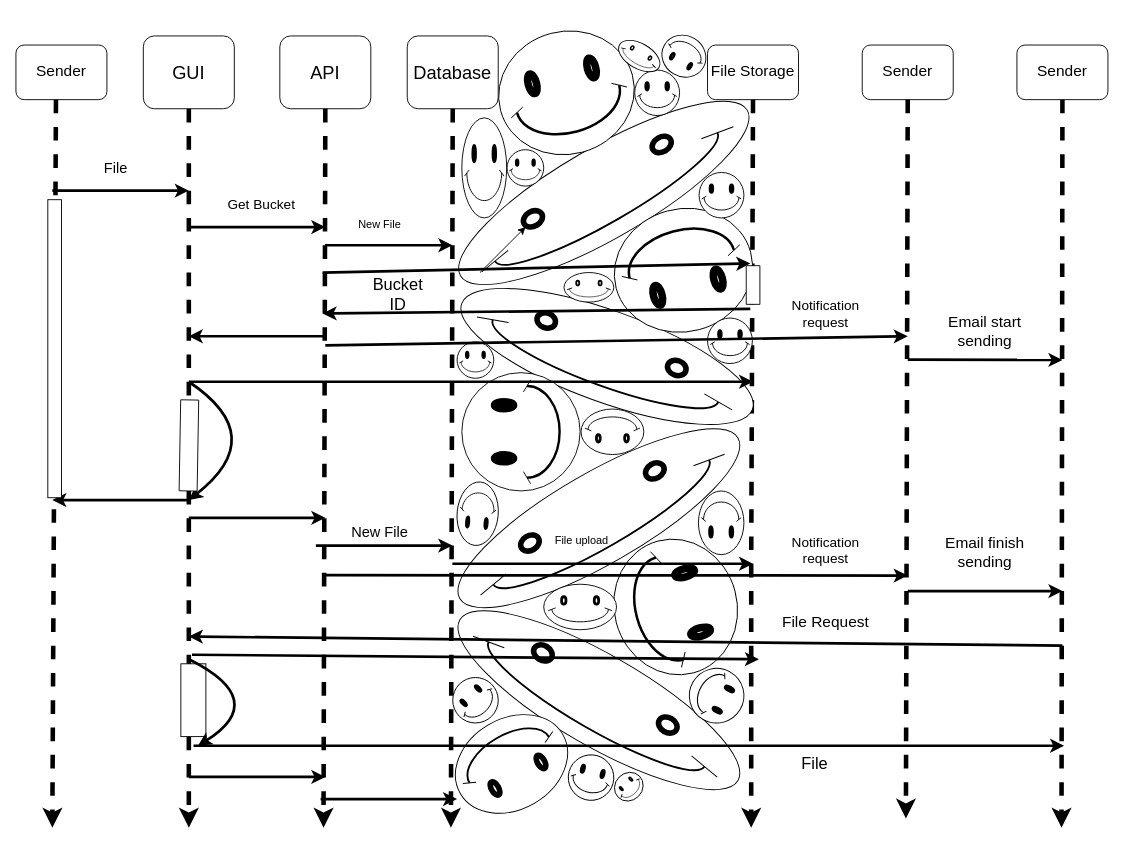
Before: file_exchanger/docs/sequence.drawio in gorohovIlya/test-git-gorohov, a draw.io diagram. Source tidied: cells renumbered, new cells numbered last; positions are measured from the earlier drawing's top-left corner, leaving out a move shared by most shapes. Both pictures are drawn from the tidied source at 91%, with x=0, y=0 at pixel (-95, 31).
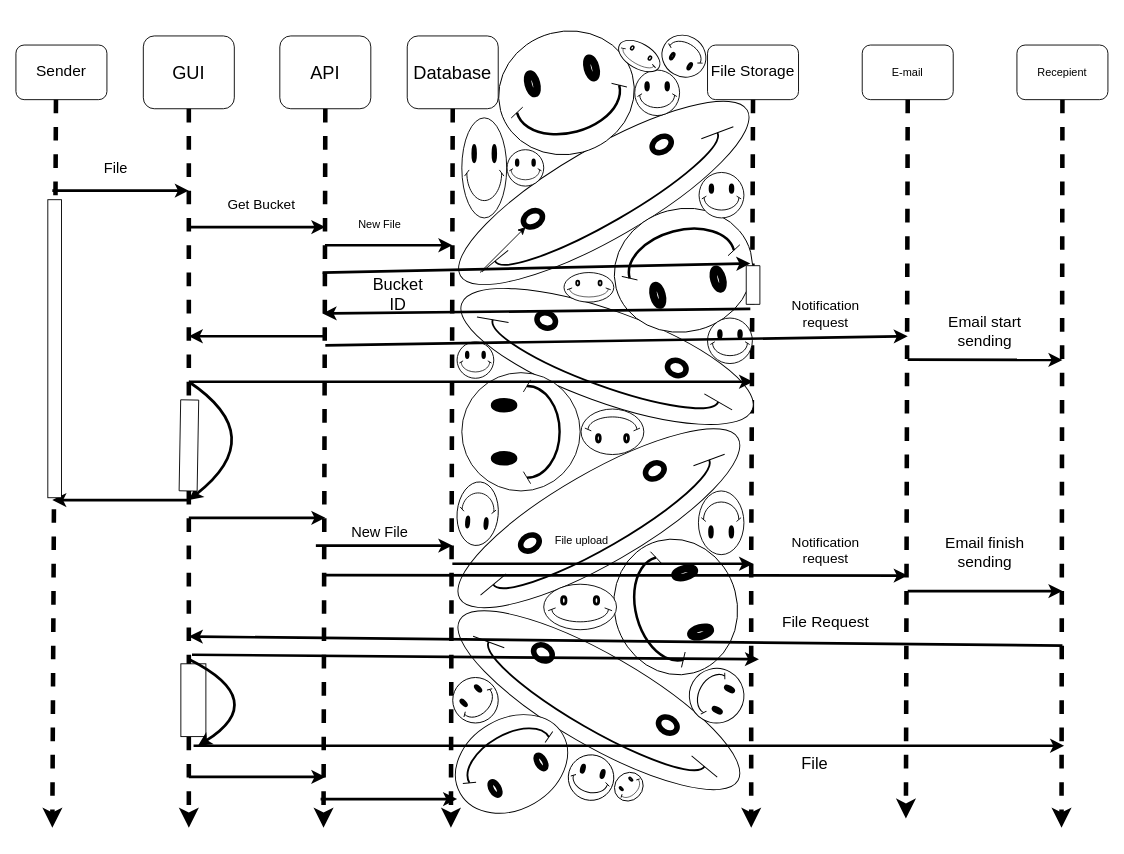
Above is the later version.

What changed in the source:
```diff
@@
-    <mxCell id="5" value="&lt;font style=&quot;font-size: 17px;&quot;&gt;Sender&lt;/font&gt;" style="rounded=1;whiteSpace=wrap;html=1;" parent="1" vertex="1">
+    <mxCell id="5" value="E-mail" style="rounded=1;whiteSpace=wrap;html=1;" parent="1" vertex="1">
       <mxGeometry x="1051" y="15" width="100" height="60" as="geometry" />
     </mxCell>
-    <mxCell id="6" value="&lt;font style=&quot;font-size: 17px;&quot;&gt;Sender&lt;/font&gt;" style="rounded=1;whiteSpace=wrap;html=1;" parent="1" vertex="1">
+    <mxCell id="6" value="Recepient" style="rounded=1;whiteSpace=wrap;html=1;" parent="1" vertex="1">
       <mxGeometry x="1221" y="15" width="100" height="60" as="geometry" />
     </mxCell>
```
